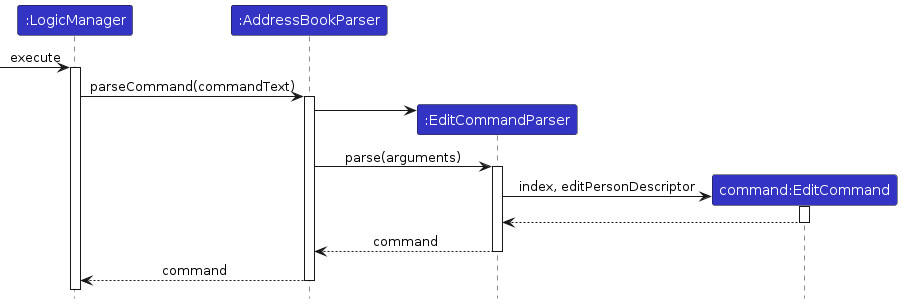
The PlantUML diagram diagrams/tracing/LogicSequenceDiagram.png in prawnzyy/tp, before a commit. Its source is kept beside it as diagrams/tracing/LogicSequenceDiagram.puml. The source it was exported from:
```plantuml
@startuml
!include ../style.puml
skinparam ArrowFontStyle plain

Participant ":LogicManager" as logic LOGIC_COLOR
Participant ":AddressBookParser" as abp LOGIC_COLOR
Participant ":EditCommandParser" as ecp LOGIC_COLOR
Participant "command:EditCommand" as ec LOGIC_COLOR

[-> logic : execute
activate logic
logic -> abp ++: parseCommand(commandText)
create ecp
abp -> ecp
abp -> ecp ++: parse(arguments)
create ec
ecp -> ec ++: index, editPersonDescriptor
ec --> ecp --
ecp --> abp --: command
abp --> logic --: command

@enduml
```
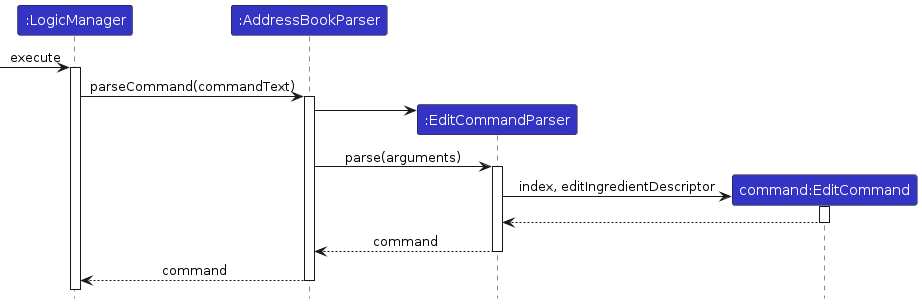
The same diagram one commit later.

Diff of the diagram source:
```diff
@@ -14,7 +14,7 @@
 abp -> ecp
 abp -> ecp ++: parse(arguments)
 create ec
-ecp -> ec ++: index, editPersonDescriptor
+ecp -> ec ++: index, editIngredientDescriptor
 ec --> ecp --
 ecp --> abp --: command
 abp --> logic --: command
```
